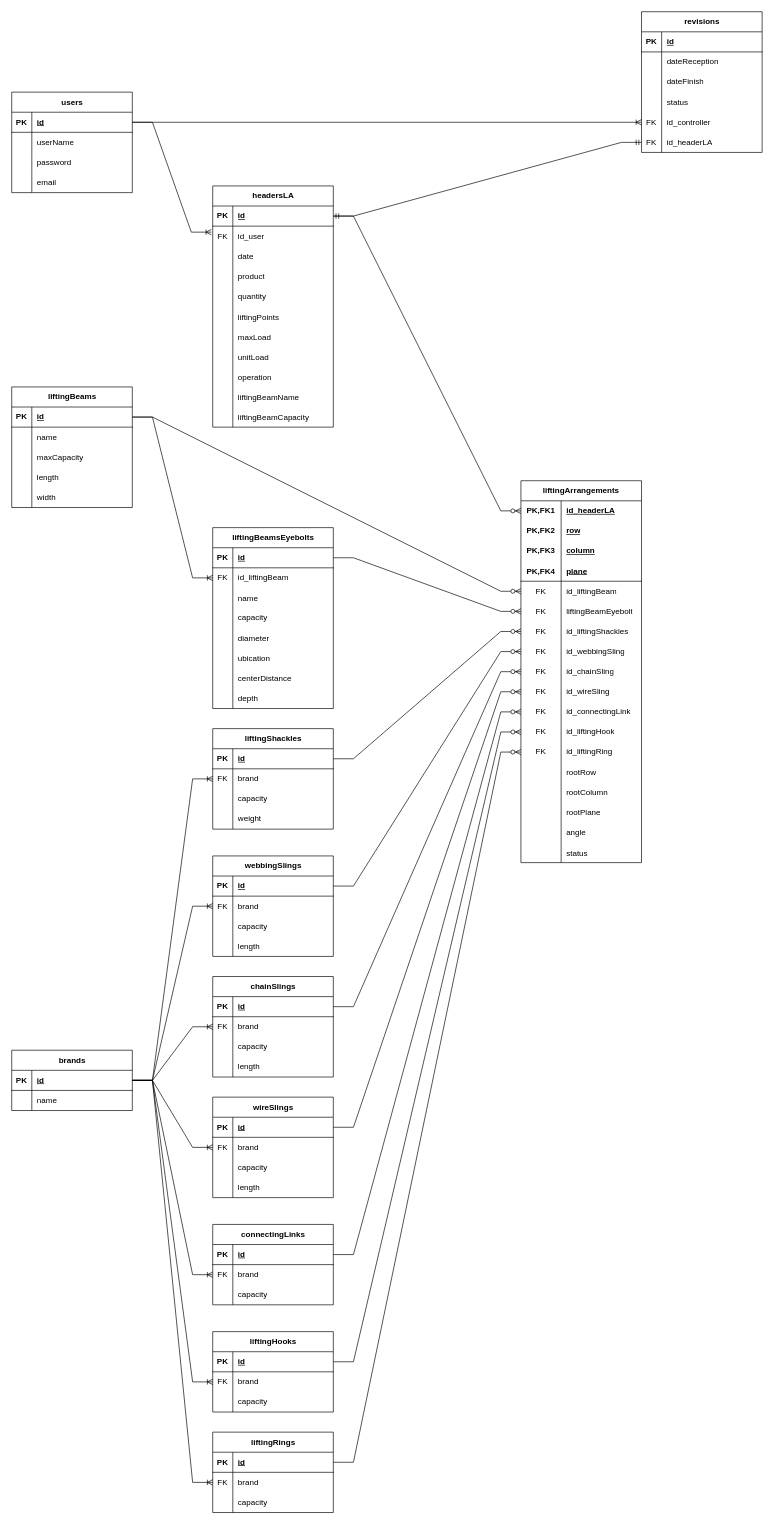
This is Lifting Arrangement.drawio from diego-g-cono/LiftingArrangement, a draw.io file, before an edit. Source tidied: cells renumbered, new cells numbered last; positions are measured from the earlier drawing's top-left corner, leaving out a move shared by most shapes. Both pictures are drawn from the tidied source at 67%, with x=0, y=0 at pixel (11, 11).
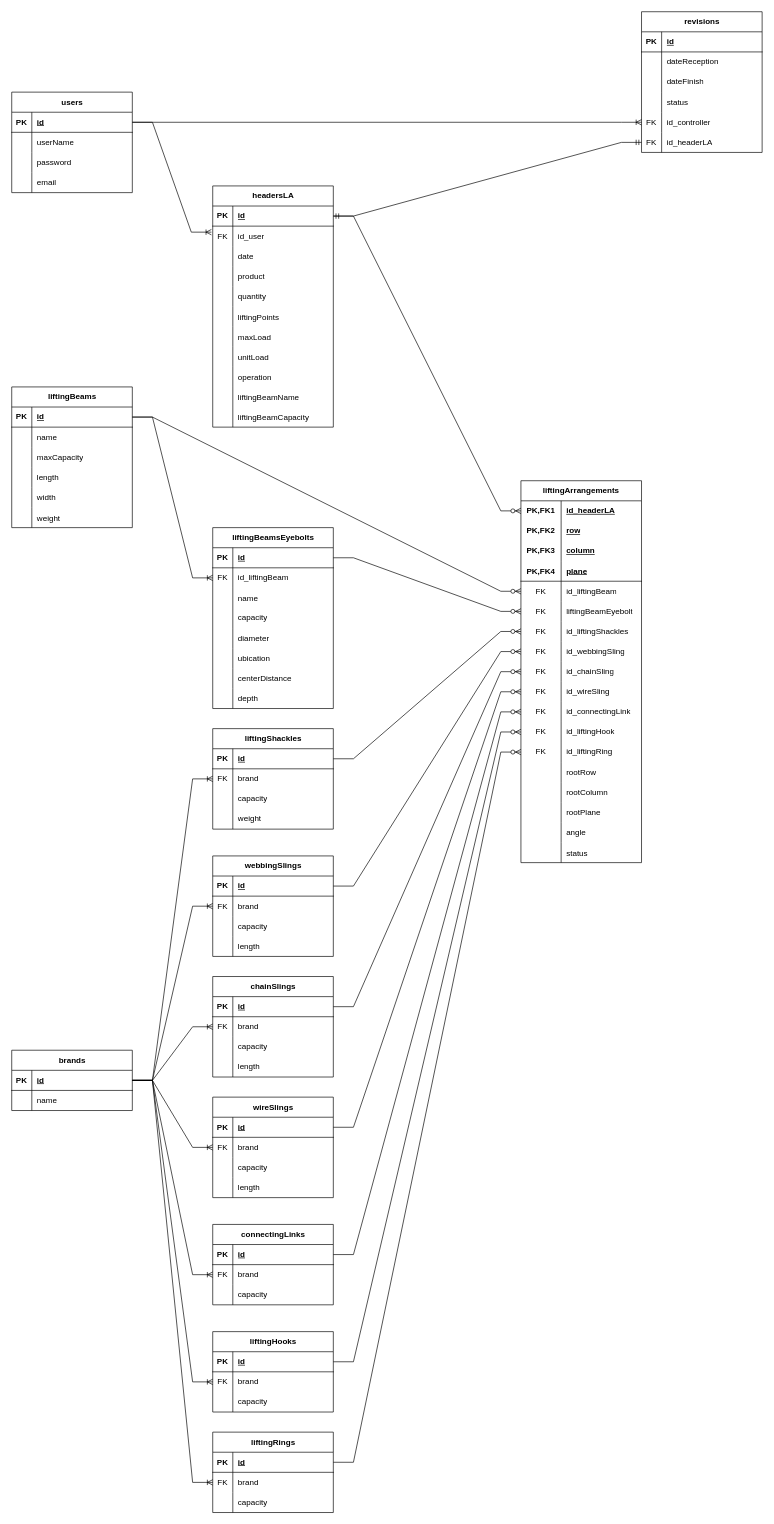
The same diagram, later.

The edit, as a diff of the source:
```diff
@@
     <mxCell id="190" value="liftingBeams" style="shape=table;startSize=30;childLayout=tableLayout;rowLines=0;fontStyle=1;align=center;html=1;" parent="1" vertex="1">
-      <mxGeometry y="560" width="180" height="180" as="geometry" />
+      <mxGeometry y="560" width="180" height="210" as="geometry" />
     </mxCell>
@@
+    <mxCell id="274" style="shape=tableRow;horizontal=0;startSize=0;swimlaneHead=0;swimlaneBody=0;fillColor=none;top=0;left=0;right=0;bottom=0;" parent="190" vertex="1">
+      <mxGeometry y="180" width="180" height="30" as="geometry" />
+    </mxCell>
+    <mxCell id="275" style="shape=partialRectangle;fillColor=none;top=0;left=0;bottom=0;right=0;overflow=hidden;" parent="274" vertex="1">
+      <mxGeometry width="30" height="30" as="geometry" />
+    </mxCell>
+    <mxCell id="276" value="weight" style="shape=partialRectangle;fillColor=none;top=0;left=0;bottom=0;right=0;align=left;spacingLeft=6;overflow=hidden;" parent="274" vertex="1">
+      <mxGeometry x="30" width="150" height="30" as="geometry" />
+    </mxCell>
```
